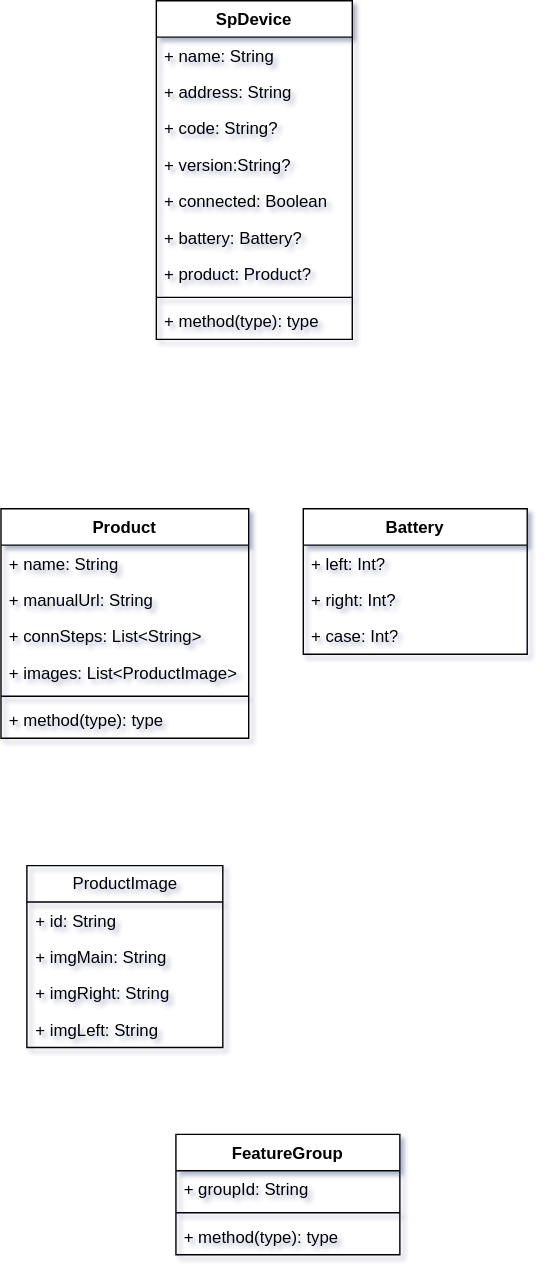
The draw.io diagram 未命名绘图.drawio.svg in kekemao00/draw-libs, before a commit. Source tidied: cells renumbered, new cells last; positions are measured from the earlier drawing's top-left corner, leaving out a move shared by most shapes.
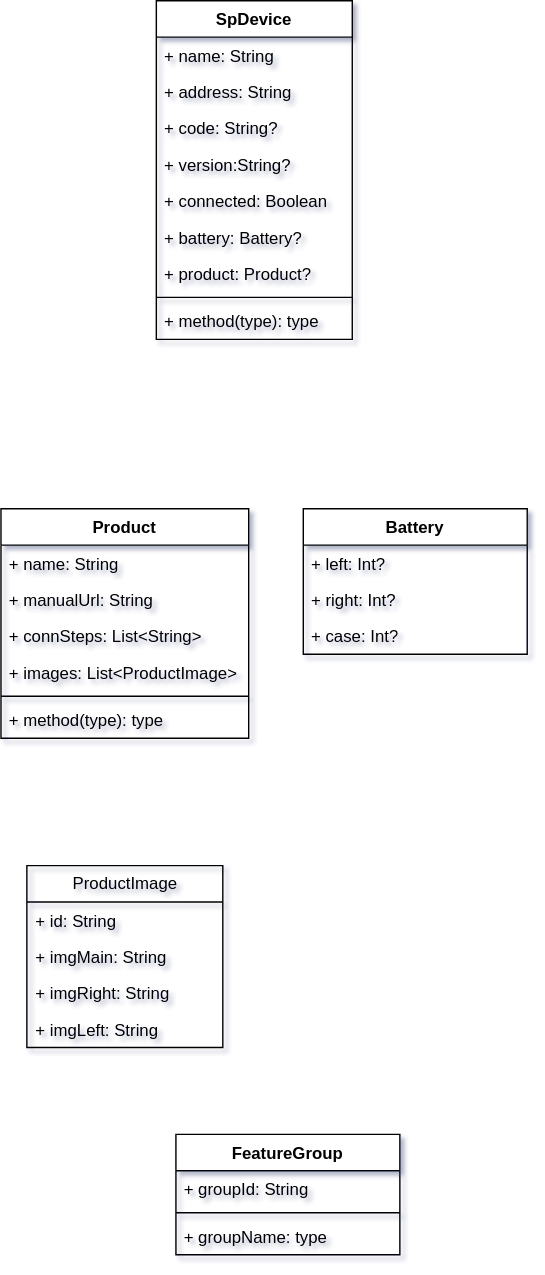
Above is the later version.

Commit message:
更新未命名绘图.drawio.svg

The edit, as a diff of the source:
```diff
@@ -89,7 +89,7 @@
     <mxCell id="30" style="line;strokeWidth=1;fillColor=none;align=left;verticalAlign=middle;spacingTop=-1;spacingLeft=3;spacingRight=3;labelPosition=right;strokeColor=inherit;" parent="28" vertex="1">
       <mxGeometry y="52" width="160" height="8" as="geometry" />
     </mxCell>
-    <mxCell id="31" value="+ method(type): type" style="text;strokeColor=none;fillColor=none;align=left;verticalAlign=top;spacingLeft=4;spacingRight=4;overflow=hidden;whiteSpace=wrap;html=1;" parent="28" vertex="1">
+    <mxCell id="31" value="+ groupName: type" style="text;strokeColor=none;fillColor=none;align=left;verticalAlign=top;spacingLeft=4;spacingRight=4;overflow=hidden;whiteSpace=wrap;html=1;" parent="28" vertex="1">
       <mxGeometry y="60" width="160" height="26" as="geometry" />
     </mxCell>
   </root>
```
